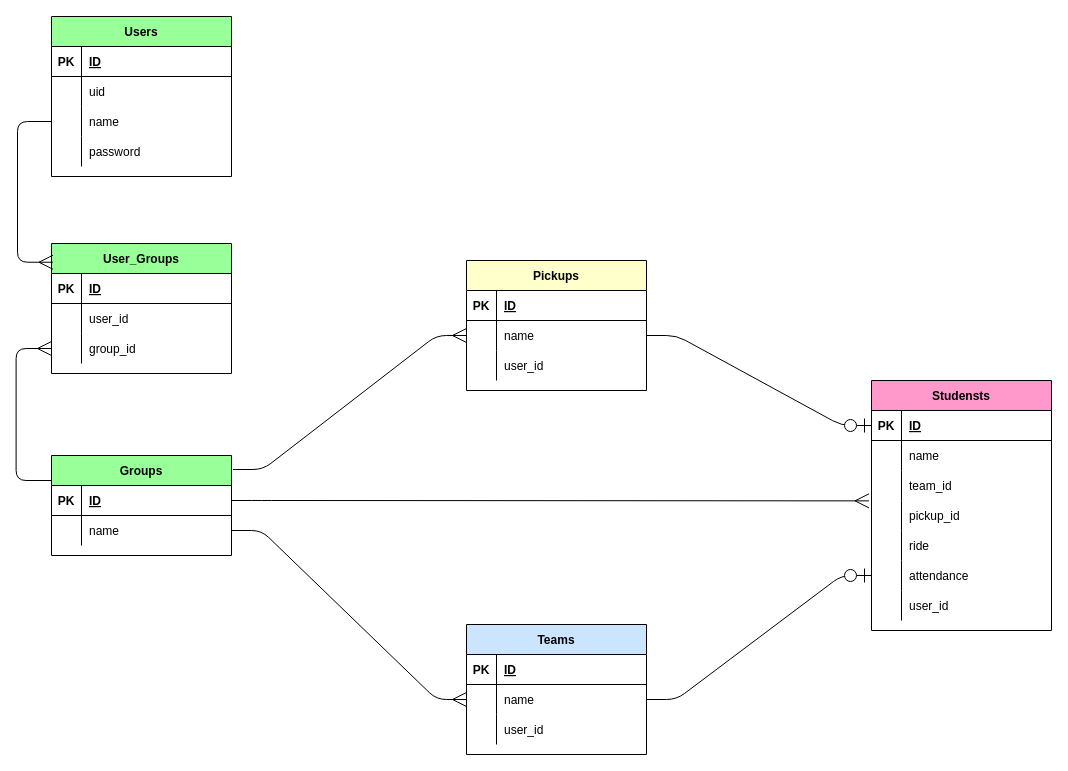
This is table_design.dio from rrr-ryu/wasurena, a draw.io file, before an edit. Source tidied: cells renumbered, new cells numbered last; positions are measured from the earlier drawing's top-left corner, leaving out a move shared by most shapes. Both pictures are drawn from the tidied source at 100%, with x=0, y=0 at pixel (16, 16).
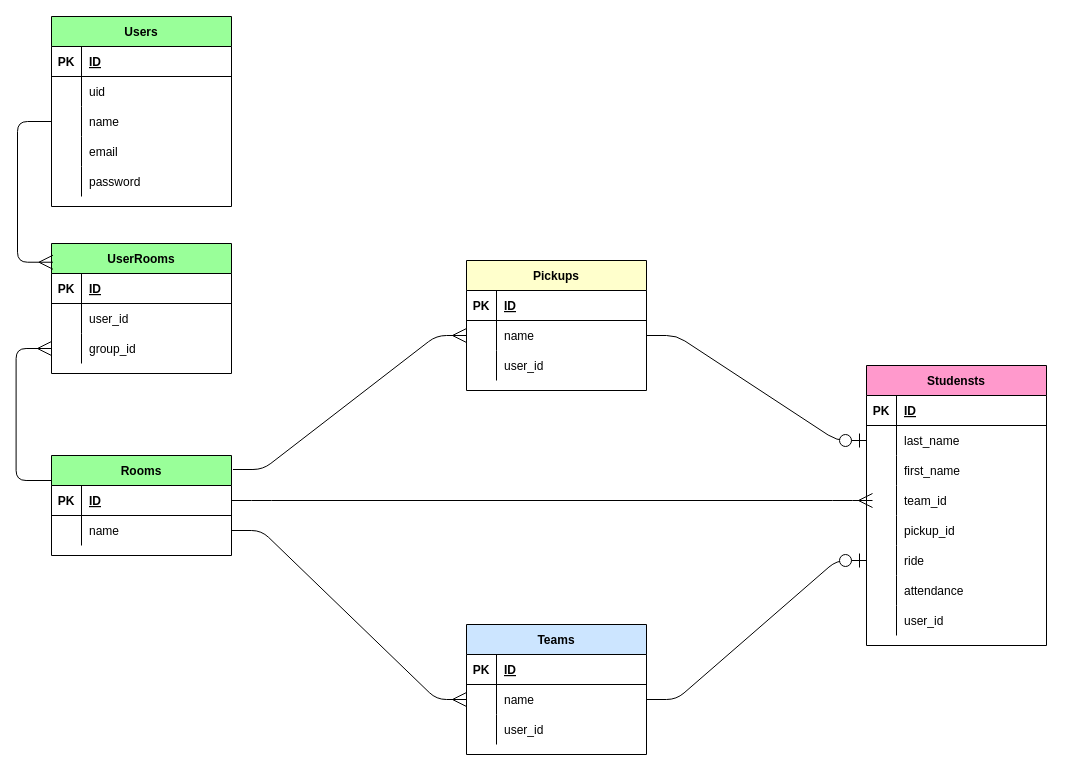
The same diagram, later.

The change refers to these unchanged cells:
```xml
<mxCell id="16" style="shape=partialRectangle;fillColor=none;top=0;left=0;bottom=1;right=0;points=[[0,0.5],[1,0.5]];portConstraint=eastwest;fontColor=#000000;labelBorderColor=none;strokeColor=#000000;" parent="15" vertex="1">
  <mxGeometry y="30" width="180" height="30" as="geometry" />
</mxCell>
<mxCell id="19" style="shape=partialRectangle;fillColor=none;top=0;left=0;bottom=0;right=0;points=[[0,0.5],[1,0.5]];portConstraint=eastwest;fontColor=#000000;labelBorderColor=none;strokeColor=#000000;" parent="15" vertex="1">
  <mxGeometry y="60" width="180" height="30" as="geometry" />
</mxCell>
<mxCell id="41" style="shape=partialRectangle;fillColor=none;top=0;left=0;bottom=0;right=0;points=[[0,0.5],[1,0.5]];portConstraint=eastwest;fontColor=#000000;labelBorderColor=none;strokeColor=#000000;" parent="37" vertex="1">
  <mxGeometry y="60" width="180" height="30" as="geometry" />
</mxCell>
<mxCell id="51" style="shape=partialRectangle;fillColor=none;top=0;left=0;bottom=0;right=0;points=[[0,0.5],[1,0.5]];portConstraint=eastwest;fontColor=#000000;labelBorderColor=none;strokeColor=#000000;" parent="47" vertex="1">
  <mxGeometry y="60" width="180" height="30" as="geometry" />
</mxCell>
<mxCell id="73" style="shape=partialRectangle;fillColor=none;top=0;left=0;bottom=1;right=0;points=[[0,0.5],[1,0.5]];portConstraint=eastwest;fontColor=#000000;labelBorderColor=none;strokeColor=#000000;" parent="72" vertex="1">
  <mxGeometry y="30" width="180" height="30" as="geometry" />
</mxCell>
```

What changed in the source:
```diff
@@
     <mxCell id="2" value="Users" style="shape=table;startSize=30;childLayout=tableLayout;rowLines=0;fontStyle=1;align=center;labelBackgroundColor=none;fillColor=#99FF99;fontColor=#000000;labelBorderColor=none;strokeColor=#000000;" parent="1" vertex="1">
-      <mxGeometry x="35" width="180" height="160" as="geometry" />
+      <mxGeometry x="35" width="180" height="190" as="geometry" />
     </mxCell>
@@
+    <mxCell id="81" style="shape=partialRectangle;fillColor=none;top=0;left=0;bottom=0;right=0;fontColor=#000000;labelBorderColor=none;strokeColor=#000000;" parent="2" vertex="1">
+      <mxGeometry y="120" width="180" height="30" as="geometry" />
+    </mxCell>
+    <mxCell id="82" style="shape=partialRectangle;fillColor=none;top=0;left=0;bottom=0;right=0;overflow=hidden;fontColor=#000000;labelBorderColor=none;strokeColor=#000000;" parent="81" vertex="1">
+      <mxGeometry width="30" height="30" as="geometry" />
+    </mxCell>
+    <mxCell id="83" value="email" style="shape=partialRectangle;fillColor=none;top=0;left=0;bottom=0;right=0;align=left;spacingLeft=6;overflow=hidden;fontColor=#000000;labelBorderColor=none;strokeColor=#000000;" parent="81" vertex="1">
+      <mxGeometry x="30" width="150" height="30" as="geometry" />
+    </mxCell>
     <mxCell id="12" style="shape=partialRectangle;fillColor=none;top=0;left=0;bottom=0;right=0;fontColor=#000000;labelBorderColor=none;strokeColor=#000000;" parent="2" vertex="1">
-      <mxGeometry y="120" width="180" height="30" as="geometry" />
+      <mxGeometry y="150" width="180" height="30" as="geometry" />
     </mxCell>
@@
     <mxCell id="15" value="Studensts" style="shape=table;startSize=30;childLayout=tableLayout;rowLines=0;fontStyle=1;align=center;fontColor=#000000;labelBorderColor=none;strokeColor=#000000;fillColor=#FF99CC;" parent="1" vertex="1">
-      <mxGeometry x="855" y="364" width="180" height="250" as="geometry" />
+      <mxGeometry x="850" y="349" width="180" height="280" as="geometry" />
     </mxCell>
@@
-    <mxCell id="21" value="name" style="shape=partialRectangle;fillColor=none;top=0;left=0;bottom=0;right=0;align=left;spacingLeft=6;overflow=hidden;fontColor=#000000;labelBorderColor=none;strokeColor=#000000;" parent="19" vertex="1">
+    <mxCell id="21" value="last_name" style="shape=partialRectangle;fillColor=none;top=0;left=0;bottom=0;right=0;align=left;spacingLeft=6;overflow=hidden;fontColor=#000000;labelBorderColor=none;strokeColor=#000000;" parent="19" vertex="1">
       <mxGeometry x="30" width="150" height="30" as="geometry" />
     </mxCell>
+    <mxCell id="84" style="shape=partialRectangle;fillColor=none;top=0;left=0;bottom=0;right=0;fontColor=#000000;labelBorderColor=none;strokeColor=#000000;" parent="15" vertex="1">
+      <mxGeometry y="90" width="180" height="30" as="geometry" />
+    </mxCell>
+    <mxCell id="85" style="shape=partialRectangle;fillColor=none;top=0;left=0;bottom=0;right=0;overflow=hidden;fontColor=#000000;labelBorderColor=none;strokeColor=#000000;" parent="84" vertex="1">
+      <mxGeometry width="30" height="30" as="geometry" />
+    </mxCell>
+    <mxCell id="86" value="first_name" style="shape=partialRectangle;fillColor=none;top=0;left=0;bottom=0;right=0;align=left;spacingLeft=6;overflow=hidden;fontColor=#000000;labelBorderColor=none;strokeColor=#000000;" parent="84" vertex="1">
+      <mxGeometry x="30" width="150" height="30" as="geometry" />
+    </mxCell>
     <mxCell id="22" style="shape=partialRectangle;fillColor=none;top=0;left=0;bottom=0;right=0;fontColor=#000000;labelBorderColor=none;strokeColor=#000000;" parent="15" vertex="1">
-      <mxGeometry y="90" width="180" height="30" as="geometry" />
+      <mxGeometry y="120" width="180" height="30" as="geometry" />
     </mxCell>
@@
     <mxCell id="25" style="shape=partialRectangle;fillColor=none;top=0;left=0;bottom=0;right=0;points=[[0,0.5],[1,0.5]];portConstraint=eastwest;fontColor=#000000;labelBorderColor=none;strokeColor=#000000;" parent="15" vertex="1">
-      <mxGeometry y="120" width="180" height="30" as="geometry" />
+      <mxGeometry y="150" width="180" height="30" as="geometry" />
     </mxCell>
@@
     <mxCell id="28" style="shape=partialRectangle;fillColor=none;top=0;left=0;bottom=0;right=0;points=[[0,0.5],[1,0.5]];portConstraint=eastwest;fontColor=#000000;labelBorderColor=none;strokeColor=#000000;" parent="15" vertex="1">
-      <mxGeometry y="150" width="180" height="30" as="geometry" />
+      <mxGeometry y="180" width="180" height="30" as="geometry" />
     </mxCell>
@@
     <mxCell id="31" style="shape=partialRectangle;fillColor=none;top=0;left=0;bottom=0;right=0;points=[[0,0.5],[1,0.5]];portConstraint=eastwest;fontColor=#000000;labelBorderColor=none;strokeColor=#000000;" parent="15" vertex="1">
-      <mxGeometry y="180" width="180" height="30" as="geometry" />
+      <mxGeometry y="210" width="180" height="30" as="geometry" />
     </mxCell>
@@
     <mxCell id="34" style="shape=partialRectangle;fillColor=none;top=0;left=0;bottom=0;right=0;fontColor=#000000;labelBorderColor=none;strokeColor=#000000;" parent="15" vertex="1">
-      <mxGeometry y="210" width="180" height="30" as="geometry" />
+      <mxGeometry y="240" width="180" height="30" as="geometry" />
     </mxCell>
@@
-    <mxCell id="59" style="edgeStyle=entityRelationEdgeStyle;fontSize=12;html=1;endArrow=ERmany;entryX=-0.014;entryY=0.012;entryDx=0;entryDy=0;entryPerimeter=0;fontColor=#000000;labelBorderColor=none;strokeColor=#000000;exitX=1;exitY=0.5;exitDx=0;exitDy=0;endSize=12;" parent="1" edge="1" source="73" target="25">
-      <mxGeometry relative="1" as="geometry" />
+    <mxCell id="59" style="edgeStyle=entityRelationEdgeStyle;fontSize=12;html=1;endArrow=ERmany;fontColor=#000000;labelBorderColor=none;strokeColor=#000000;exitX=1;exitY=0.5;exitDx=0;exitDy=0;endSize=12;" parent="1" edge="1" source="73">
+      <mxGeometry relative="1" as="geometry">
+        <mxPoint x="856" y="484" as="targetPoint" />
+      </mxGeometry>
     </mxCell>
-    <mxCell id="60" style="edgeStyle=entityRelationEdgeStyle;fontSize=12;html=1;endArrow=ERzeroToOne;endFill=1;rounded=1;exitX=1;exitY=0.5;exitDx=0;exitDy=0;entryX=0;entryY=0.5;entryDx=0;entryDy=0;fontColor=#000000;labelBorderColor=none;strokeColor=#000000;endSize=12;" parent="1" edge="1" source="51" target="31">
+    <mxCell id="60" style="edgeStyle=entityRelationEdgeStyle;fontSize=12;html=1;endArrow=ERzeroToOne;endFill=1;rounded=1;exitX=1;exitY=0.5;exitDx=0;exitDy=0;entryX=0;entryY=0.5;entryDx=0;entryDy=0;fontColor=#000000;labelBorderColor=none;strokeColor=#000000;endSize=12;" parent="1" edge="1" source="51" target="28">
       <mxGeometry relative="1" as="geometry" />
     </mxCell>
-    <mxCell id="61" style="edgeStyle=entityRelationEdgeStyle;fontSize=12;html=1;endArrow=ERzeroToOne;endFill=1;rounded=1;entryX=0;entryY=0.5;entryDx=0;entryDy=0;exitX=1;exitY=0.5;exitDx=0;exitDy=0;fontColor=#000000;labelBorderColor=none;strokeColor=#000000;endSize=12;" parent="1" edge="1" source="41" target="16">
+    <mxCell id="61" style="edgeStyle=entityRelationEdgeStyle;fontSize=12;html=1;endArrow=ERzeroToOne;endFill=1;rounded=1;entryX=0;entryY=0.5;entryDx=0;entryDy=0;exitX=1;exitY=0.5;exitDx=0;exitDy=0;fontColor=#000000;labelBorderColor=none;strokeColor=#000000;endSize=12;" parent="1" edge="1" source="41" target="19">
       <mxGeometry relative="1" as="geometry" />
     </mxCell>
-    <mxCell id="62" value="User_Groups" style="shape=table;startSize=30;childLayout=tableLayout;rowLines=0;fontStyle=1;align=center;labelBackgroundColor=none;fillColor=#99FF99;fontColor=#000000;labelBorderColor=none;strokeColor=#000000;" parent="1" vertex="1">
+    <mxCell id="62" value="UserRooms" style="shape=table;startSize=30;childLayout=tableLayout;rowLines=0;fontStyle=1;align=center;labelBackgroundColor=none;fillColor=#99FF99;fontColor=#000000;labelBorderColor=none;strokeColor=#000000;" parent="1" vertex="1">
       <mxGeometry x="35" y="227" width="180" height="130" as="geometry" />
     </mxCell>
@@
-    <mxCell id="72" value="Groups" style="shape=table;startSize=30;childLayout=tableLayout;rowLines=0;fontStyle=1;align=center;labelBackgroundColor=none;fillColor=#99FF99;fontColor=#000000;labelBorderColor=none;strokeColor=#000000;" parent="1" vertex="1">
+    <mxCell id="72" value="Rooms" style="shape=table;startSize=30;childLayout=tableLayout;rowLines=0;fontStyle=1;align=center;labelBackgroundColor=none;fillColor=#99FF99;fontColor=#000000;labelBorderColor=none;strokeColor=#000000;" parent="1" vertex="1">
       <mxGeometry x="35" y="439" width="180" height="100" as="geometry" />
     </mxCell>
```
